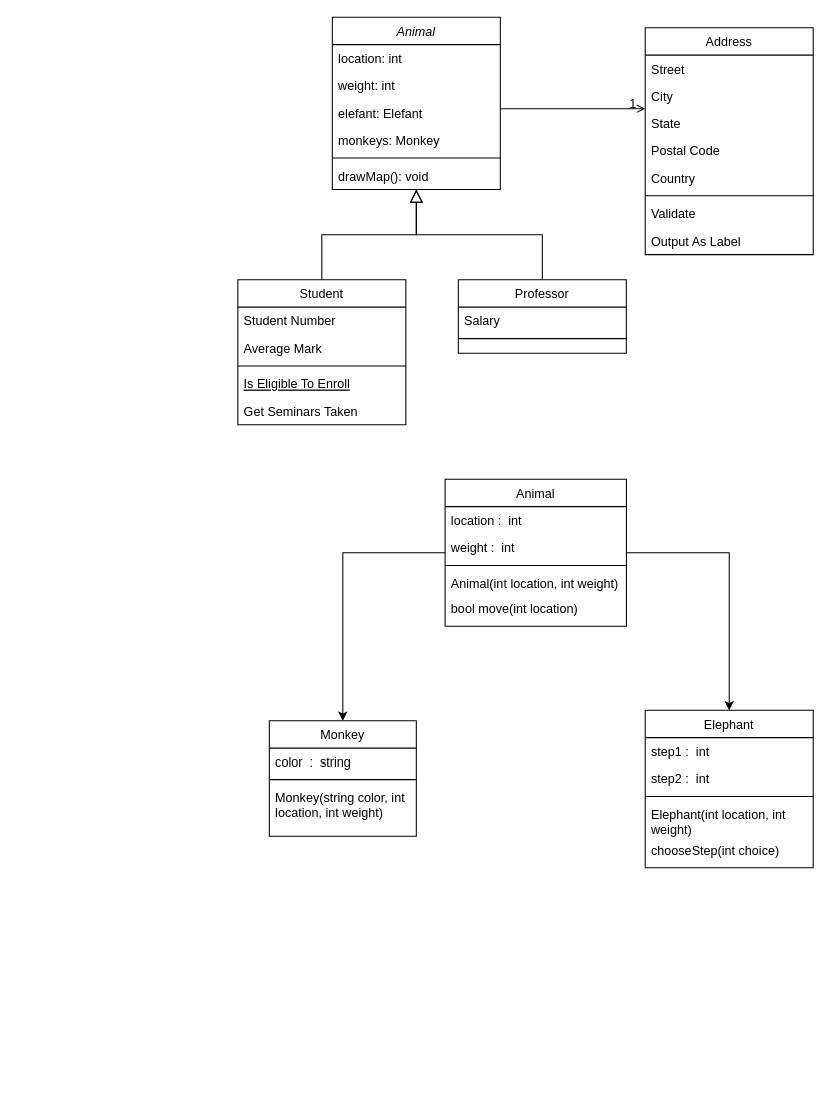
minWang916/Zahlenbande keeps this draw.io diagram as Zahlenbande Class Diagram.drawio. Above is the earlier version. Source tidied: cells renumbered, new cells numbered last; positions are measured from the earlier drawing's top-left corner, leaving out a move shared by most shapes. Both pictures are drawn from the tidied source at 105%, with x=0, y=0 at pixel (237, 17).
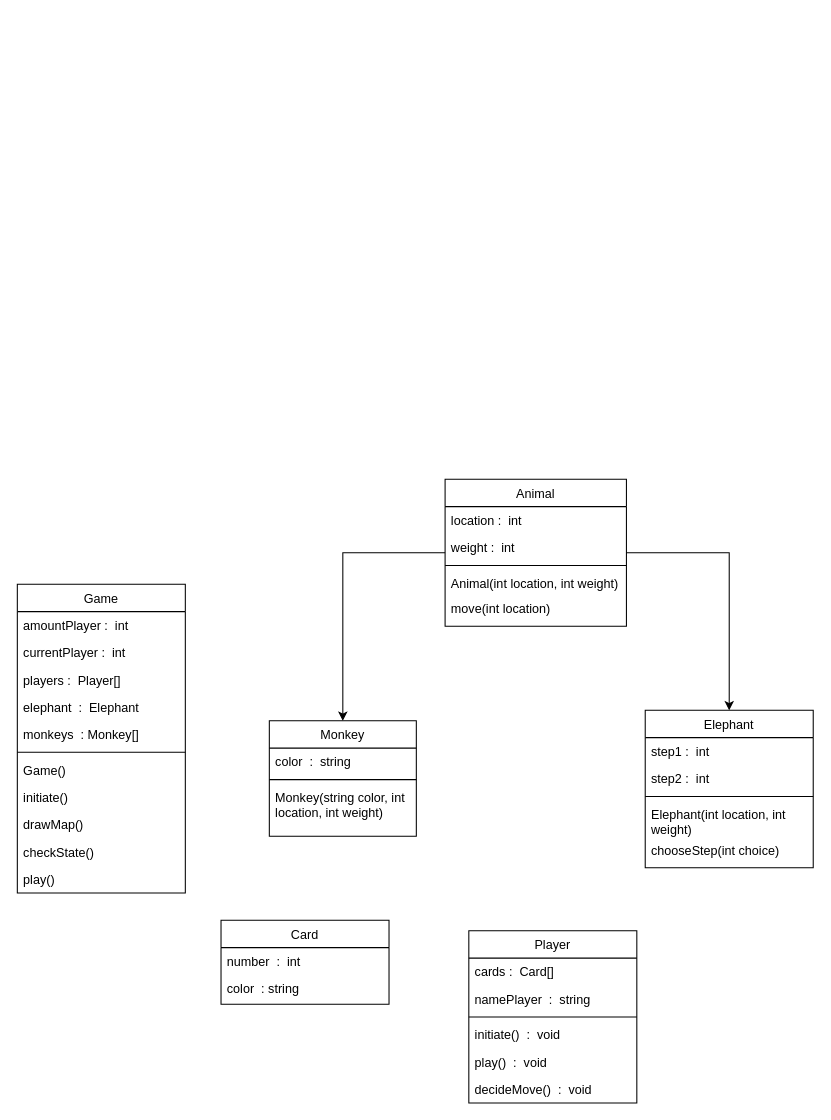
The same diagram, later.

The change refers to these unchanged cells:
```xml
<mxCell id="33" value="Animal" style="swimlane;fontStyle=0;align=center;verticalAlign=top;horizontal=1;startSize=26;rounded=0;shadow=0;strokeWidth=1;" parent="1" vertex="1">
  <mxGeometry x="197.4" y="440" width="172.7" height="140" as="geometry" />
</mxCell>
```

Change to the diagram source:
```diff
@@
-    <mxCell id="2" value="Animal" style="swimlane;fontStyle=2;align=center;verticalAlign=top;horizontal=1;startSize=26;rounded=0;shadow=0;strokeWidth=1;" parent="1" vertex="1">
-      <mxGeometry x="90" width="160" height="164" as="geometry" />
-    </mxCell>
-    <mxCell id="3" value="location: int" style="text;align=left;verticalAlign=top;spacingLeft=4;spacingRight=4;overflow=hidden;" parent="2" vertex="1">
-      <mxGeometry y="26" width="160" height="26" as="geometry" />
-    </mxCell>
-    <mxCell id="4" value="weight: int" style="text;align=left;verticalAlign=top;spacingLeft=4;spacingRight=4;overflow=hidden;rounded=0;shadow=0;html=0;" parent="2" vertex="1">
-      <mxGeometry y="52" width="160" height="26" as="geometry" />
-    </mxCell>
-    <mxCell id="5" value="elefant: Elefant" style="text;align=left;verticalAlign=top;spacingLeft=4;spacingRight=4;overflow=hidden;rounded=0;shadow=0;html=0;" parent="2" vertex="1">
-      <mxGeometry y="78" width="160" height="26" as="geometry" />
-    </mxCell>
-    <mxCell id="6" value="monkeys: Monkey" style="text;align=left;verticalAlign=top;spacingLeft=4;spacingRight=4;overflow=hidden;rounded=0;shadow=0;html=0;" parent="2" vertex="1">
-      <mxGeometry y="104" width="160" height="26" as="geometry" />
-    </mxCell>
-    <mxCell id="7" style="line;html=1;strokeWidth=1;align=left;verticalAlign=middle;spacingTop=-1;spacingLeft=3;spacingRight=3;labelPosition=right;" parent="2" vertex="1">
-      <mxGeometry y="130" width="160" height="8" as="geometry" />
-    </mxCell>
-    <mxCell id="8" value="drawMap(): void" style="text;align=left;verticalAlign=top;spacingLeft=4;spacingRight=4;overflow=hidden;" parent="2" vertex="1">
-      <mxGeometry y="138" width="160" height="26" as="geometry" />
-    </mxCell>
-    <mxCell id="9" value="Student" style="swimlane;fontStyle=0;align=center;verticalAlign=top;horizontal=1;startSize=26;rounded=0;shadow=0;strokeWidth=1;" parent="1" vertex="1">
-      <mxGeometry y="250" width="160" height="138" as="geometry" />
-    </mxCell>
-    <mxCell id="10" value="Student Number" style="text;align=left;verticalAlign=top;spacingLeft=4;spacingRight=4;overflow=hidden;" parent="9" vertex="1">
-      <mxGeometry y="26" width="160" height="26" as="geometry" />
-    </mxCell>
-    <mxCell id="11" value="Average Mark" style="text;align=left;verticalAlign=top;spacingLeft=4;spacingRight=4;overflow=hidden;rounded=0;shadow=0;html=0;" parent="9" vertex="1">
-      <mxGeometry y="52" width="160" height="26" as="geometry" />
-    </mxCell>
-    <mxCell id="12" style="line;html=1;strokeWidth=1;align=left;verticalAlign=middle;spacingTop=-1;spacingLeft=3;spacingRight=3;labelPosition=right;" parent="9" vertex="1">
-      <mxGeometry y="78" width="160" height="8" as="geometry" />
-    </mxCell>
-    <mxCell id="13" value="Is Eligible To Enroll" style="text;align=left;verticalAlign=top;spacingLeft=4;spacingRight=4;overflow=hidden;fontStyle=4;" parent="9" vertex="1">
-      <mxGeometry y="86" width="160" height="26" as="geometry" />
-    </mxCell>
-    <mxCell id="14" value="Get Seminars Taken" style="text;align=left;verticalAlign=top;spacingLeft=4;spacingRight=4;overflow=hidden;" parent="9" vertex="1">
-      <mxGeometry y="112" width="160" height="26" as="geometry" />
-    </mxCell>
-    <mxCell id="15" style="endArrow=block;endSize=10;endFill=0;shadow=0;strokeWidth=1;rounded=0;edgeStyle=elbowEdgeStyle;elbow=vertical;" parent="1" edge="1" source="9" target="2">
-      <mxGeometry relative="1" as="geometry" />
-    </mxCell>
-    <mxCell id="16" value="Professor" style="swimlane;fontStyle=0;align=center;verticalAlign=top;horizontal=1;startSize=26;rounded=0;shadow=0;strokeWidth=1;" parent="1" vertex="1">
-      <mxGeometry x="210" y="250" width="160" height="70" as="geometry" />
-    </mxCell>
-    <mxCell id="17" value="Salary" style="text;align=left;verticalAlign=top;spacingLeft=4;spacingRight=4;overflow=hidden;" parent="16" vertex="1">
-      <mxGeometry y="26" width="160" height="26" as="geometry" />
-    </mxCell>
-    <mxCell id="18" style="line;html=1;strokeWidth=1;align=left;verticalAlign=middle;spacingTop=-1;spacingLeft=3;spacingRight=3;labelPosition=right;" parent="16" vertex="1">
-      <mxGeometry y="52" width="160" height="8" as="geometry" />
-    </mxCell>
-    <mxCell id="19" style="endArrow=block;endSize=10;endFill=0;shadow=0;strokeWidth=1;rounded=0;edgeStyle=elbowEdgeStyle;elbow=vertical;" parent="1" edge="1" source="16" target="2">
-      <mxGeometry relative="1" as="geometry" />
-    </mxCell>
-    <mxCell id="20" value="Address" style="swimlane;fontStyle=0;align=center;verticalAlign=top;horizontal=1;startSize=26;rounded=0;shadow=0;strokeWidth=1;" parent="1" vertex="1">
-      <mxGeometry x="388" y="10" width="160" height="216" as="geometry" />
-    </mxCell>
-    <mxCell id="21" value="Street" style="text;align=left;verticalAlign=top;spacingLeft=4;spacingRight=4;overflow=hidden;" parent="20" vertex="1">
-      <mxGeometry y="26" width="160" height="26" as="geometry" />
-    </mxCell>
-    <mxCell id="22" value="City" style="text;align=left;verticalAlign=top;spacingLeft=4;spacingRight=4;overflow=hidden;rounded=0;shadow=0;html=0;" parent="20" vertex="1">
-      <mxGeometry y="52" width="160" height="26" as="geometry" />
-    </mxCell>
-    <mxCell id="23" value="State" style="text;align=left;verticalAlign=top;spacingLeft=4;spacingRight=4;overflow=hidden;rounded=0;shadow=0;html=0;" parent="20" vertex="1">
-      <mxGeometry y="78" width="160" height="26" as="geometry" />
-    </mxCell>
-    <mxCell id="24" value="Postal Code" style="text;align=left;verticalAlign=top;spacingLeft=4;spacingRight=4;overflow=hidden;rounded=0;shadow=0;html=0;" parent="20" vertex="1">
-      <mxGeometry y="104" width="160" height="26" as="geometry" />
-    </mxCell>
-    <mxCell id="25" value="Country" style="text;align=left;verticalAlign=top;spacingLeft=4;spacingRight=4;overflow=hidden;rounded=0;shadow=0;html=0;" parent="20" vertex="1">
-      <mxGeometry y="130" width="160" height="26" as="geometry" />
-    </mxCell>
-    <mxCell id="26" style="line;html=1;strokeWidth=1;align=left;verticalAlign=middle;spacingTop=-1;spacingLeft=3;spacingRight=3;labelPosition=right;" parent="20" vertex="1">
-      <mxGeometry y="156" width="160" height="8" as="geometry" />
-    </mxCell>
-    <mxCell id="27" value="Validate" style="text;align=left;verticalAlign=top;spacingLeft=4;spacingRight=4;overflow=hidden;" parent="20" vertex="1">
-      <mxGeometry y="164" width="160" height="26" as="geometry" />
-    </mxCell>
-    <mxCell id="28" value="Output As Label" style="text;align=left;verticalAlign=top;spacingLeft=4;spacingRight=4;overflow=hidden;" parent="20" vertex="1">
-      <mxGeometry y="190" width="160" height="26" as="geometry" />
-    </mxCell>
-    <mxCell id="29" style="endArrow=open;shadow=0;strokeWidth=1;rounded=0;endFill=1;edgeStyle=elbowEdgeStyle;elbow=vertical;" parent="1" edge="1" source="2" target="20">
-      <mxGeometry x="0.5" y="41" relative="1" as="geometry">
-        <mxPoint x="-40" y="32" as="offset" />
-      </mxGeometry>
-    </mxCell>
-    <mxCell id="30" value="1" style="align=right;verticalAlign=bottom;labelBackgroundColor=none;fontSize=12;" parent="29" vertex="1">
-      <mxGeometry x="1" relative="1" as="geometry">
-        <mxPoint x="-7" y="4" as="offset" />
-      </mxGeometry>
-    </mxCell>
@@
-    <mxCell id="38" value="bool move(int location)" style="text;align=left;verticalAlign=top;spacingLeft=4;spacingRight=4;overflow=hidden;" parent="33" vertex="1">
+    <mxCell id="38" value="move(int location)" style="text;align=left;verticalAlign=top;spacingLeft=4;spacingRight=4;overflow=hidden;" parent="33" vertex="1">
       <mxGeometry y="110" width="172.7" height="30" as="geometry" />
     </mxCell>
@@
+    <mxCell id="49" value="Game" style="swimlane;fontStyle=0;align=center;verticalAlign=top;horizontal=1;startSize=26;rounded=0;shadow=0;strokeWidth=1;" parent="1" vertex="1">
+      <mxGeometry x="-210" y="540" width="160" height="294" as="geometry" />
+    </mxCell>
+    <mxCell id="50" value="amountPlayer :  int" style="text;align=left;verticalAlign=top;spacingLeft=4;spacingRight=4;overflow=hidden;" parent="49" vertex="1">
+      <mxGeometry y="26" width="160" height="26" as="geometry" />
+    </mxCell>
+    <mxCell id="51" value="currentPlayer :  int" style="text;align=left;verticalAlign=top;spacingLeft=4;spacingRight=4;overflow=hidden;" parent="49" vertex="1">
+      <mxGeometry y="52" width="160" height="26" as="geometry" />
+    </mxCell>
+    <mxCell id="52" value="players :  Player[]" style="text;align=left;verticalAlign=top;spacingLeft=4;spacingRight=4;overflow=hidden;rounded=0;shadow=0;html=0;" parent="49" vertex="1">
+      <mxGeometry y="78" width="160" height="26" as="geometry" />
+    </mxCell>
+    <mxCell id="53" value="elephant  :  Elephant" style="text;align=left;verticalAlign=top;spacingLeft=4;spacingRight=4;overflow=hidden;rounded=0;shadow=0;html=0;" parent="49" vertex="1">
+      <mxGeometry y="104" width="160" height="26" as="geometry" />
+    </mxCell>
+    <mxCell id="54" value="monkeys  : Monkey[]  " style="text;align=left;verticalAlign=top;spacingLeft=4;spacingRight=4;overflow=hidden;rounded=0;shadow=0;html=0;" parent="49" vertex="1">
+      <mxGeometry y="130" width="160" height="26" as="geometry" />
+    </mxCell>
+    <mxCell id="26" style="line;html=1;strokeWidth=1;align=left;verticalAlign=middle;spacingTop=-1;spacingLeft=3;spacingRight=3;labelPosition=right;" parent="49" vertex="1">
+      <mxGeometry y="156" width="160" height="8" as="geometry" />
+    </mxCell>
+    <mxCell id="55" value="Game()" style="text;align=left;verticalAlign=top;spacingLeft=4;spacingRight=4;overflow=hidden;fontStyle=0;" parent="49" vertex="1">
+      <mxGeometry y="164" width="160" height="26" as="geometry" />
+    </mxCell>
+    <mxCell id="56" value="initiate()" style="text;align=left;verticalAlign=top;spacingLeft=4;spacingRight=4;overflow=hidden;fontStyle=0;" parent="49" vertex="1">
+      <mxGeometry y="190" width="160" height="26" as="geometry" />
+    </mxCell>
+    <mxCell id="57" value="drawMap()" style="text;align=left;verticalAlign=top;spacingLeft=4;spacingRight=4;overflow=hidden;fontStyle=0;" parent="49" vertex="1">
+      <mxGeometry y="216" width="160" height="26" as="geometry" />
+    </mxCell>
+    <mxCell id="58" value="checkState()&#10;" style="text;align=left;verticalAlign=top;spacingLeft=4;spacingRight=4;overflow=hidden;" parent="49" vertex="1">
+      <mxGeometry y="242" width="160" height="26" as="geometry" />
+    </mxCell>
+    <mxCell id="59" value="play()" style="text;align=left;verticalAlign=top;spacingLeft=4;spacingRight=4;overflow=hidden;" parent="49" vertex="1">
+      <mxGeometry y="268" width="160" height="26" as="geometry" />
+    </mxCell>
+    <mxCell id="60" value="Card" style="swimlane;fontStyle=0;align=center;verticalAlign=top;horizontal=1;startSize=26;rounded=0;shadow=0;strokeWidth=1;" parent="1" vertex="1">
+      <mxGeometry x="-16" y="860" width="160" height="80" as="geometry" />
+    </mxCell>
+    <mxCell id="61" value="number  :  int" style="text;align=left;verticalAlign=top;spacingLeft=4;spacingRight=4;overflow=hidden;" parent="60" vertex="1">
+      <mxGeometry y="26" width="160" height="26" as="geometry" />
+    </mxCell>
+    <mxCell id="62" value="color  : string" style="text;align=left;verticalAlign=top;spacingLeft=4;spacingRight=4;overflow=hidden;rounded=0;shadow=0;html=0;" parent="60" vertex="1">
+      <mxGeometry y="52" width="160" height="26" as="geometry" />
+    </mxCell>
+    <mxCell id="63" value="Player" style="swimlane;fontStyle=0;align=center;verticalAlign=top;horizontal=1;startSize=26;rounded=0;shadow=0;strokeWidth=1;" parent="1" vertex="1">
+      <mxGeometry x="220" y="870" width="160" height="164" as="geometry" />
+    </mxCell>
+    <mxCell id="64" value="cards :  Card[]" style="text;align=left;verticalAlign=top;spacingLeft=4;spacingRight=4;overflow=hidden;" parent="63" vertex="1">
+      <mxGeometry y="26" width="160" height="26" as="geometry" />
+    </mxCell>
+    <mxCell id="65" value="namePlayer  :  string" style="text;align=left;verticalAlign=top;spacingLeft=4;spacingRight=4;overflow=hidden;rounded=0;shadow=0;html=0;" parent="63" vertex="1">
+      <mxGeometry y="52" width="160" height="26" as="geometry" />
+    </mxCell>
+    <mxCell id="12" style="line;html=1;strokeWidth=1;align=left;verticalAlign=middle;spacingTop=-1;spacingLeft=3;spacingRight=3;labelPosition=right;" parent="63" vertex="1">
+      <mxGeometry y="78" width="160" height="8" as="geometry" />
+    </mxCell>
+    <mxCell id="66" value="initiate()  :  void&#10;" style="text;align=left;verticalAlign=top;spacingLeft=4;spacingRight=4;overflow=hidden;fontStyle=0;" parent="63" vertex="1">
+      <mxGeometry y="86" width="160" height="26" as="geometry" />
+    </mxCell>
+    <mxCell id="67" value="play()  :  void" style="text;align=left;verticalAlign=top;spacingLeft=4;spacingRight=4;overflow=hidden;" parent="63" vertex="1">
+      <mxGeometry y="112" width="160" height="26" as="geometry" />
+    </mxCell>
+    <mxCell id="68" value="decideMove()  :  void" style="text;align=left;verticalAlign=top;spacingLeft=4;spacingRight=4;overflow=hidden;" parent="63" vertex="1">
+      <mxGeometry y="138" width="160" height="26" as="geometry" />
+    </mxCell>
```
